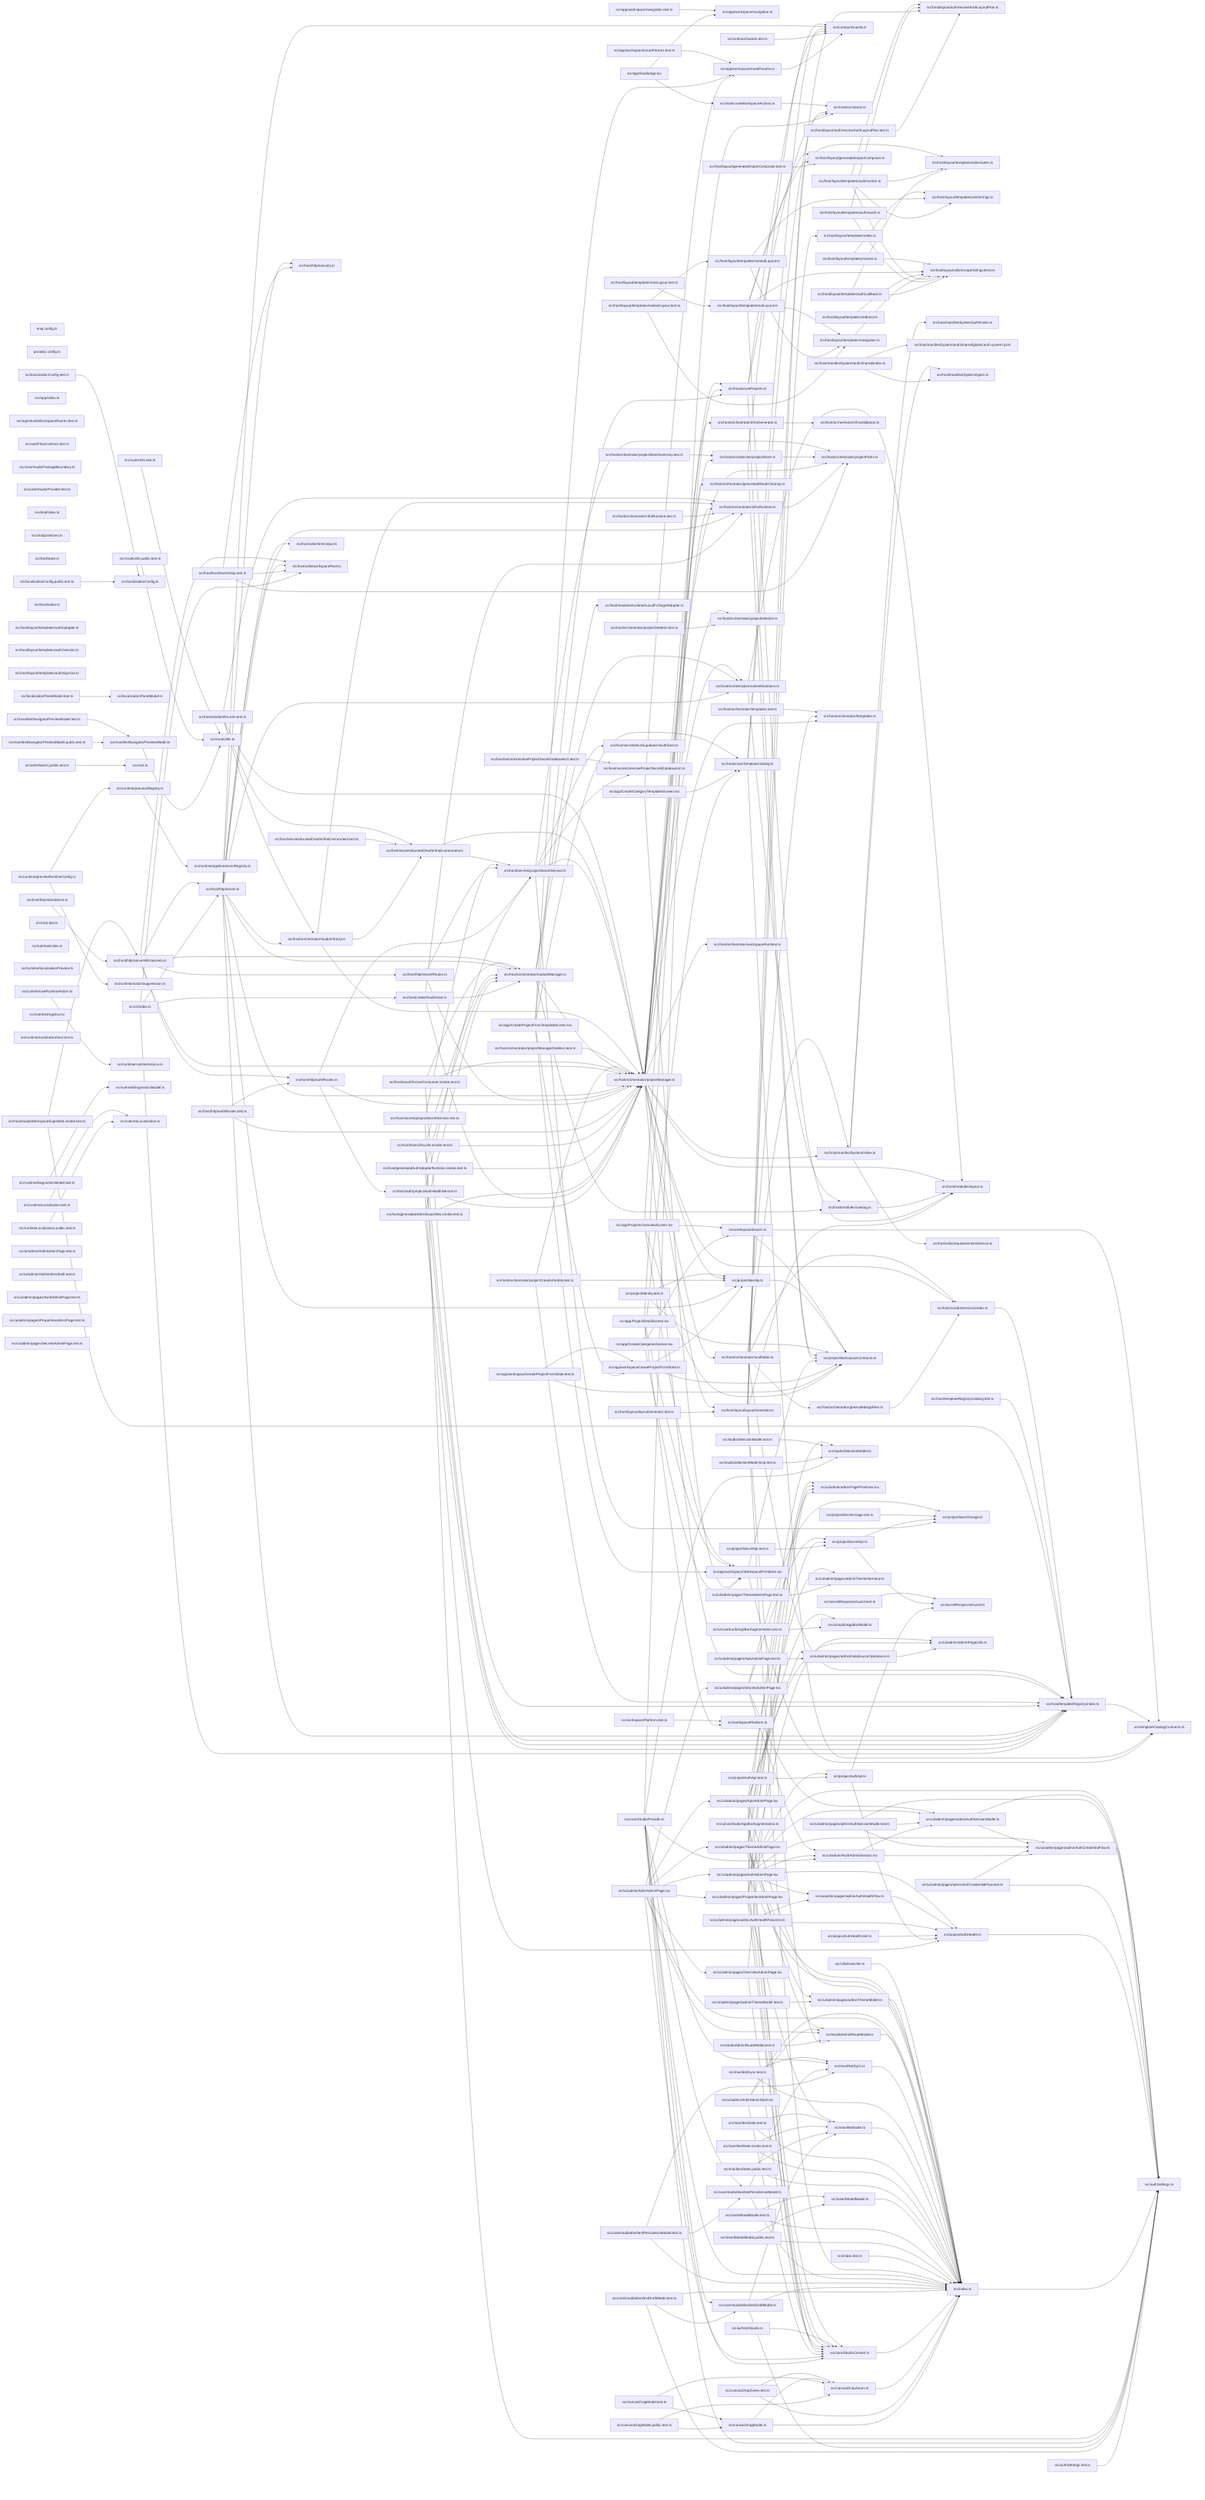
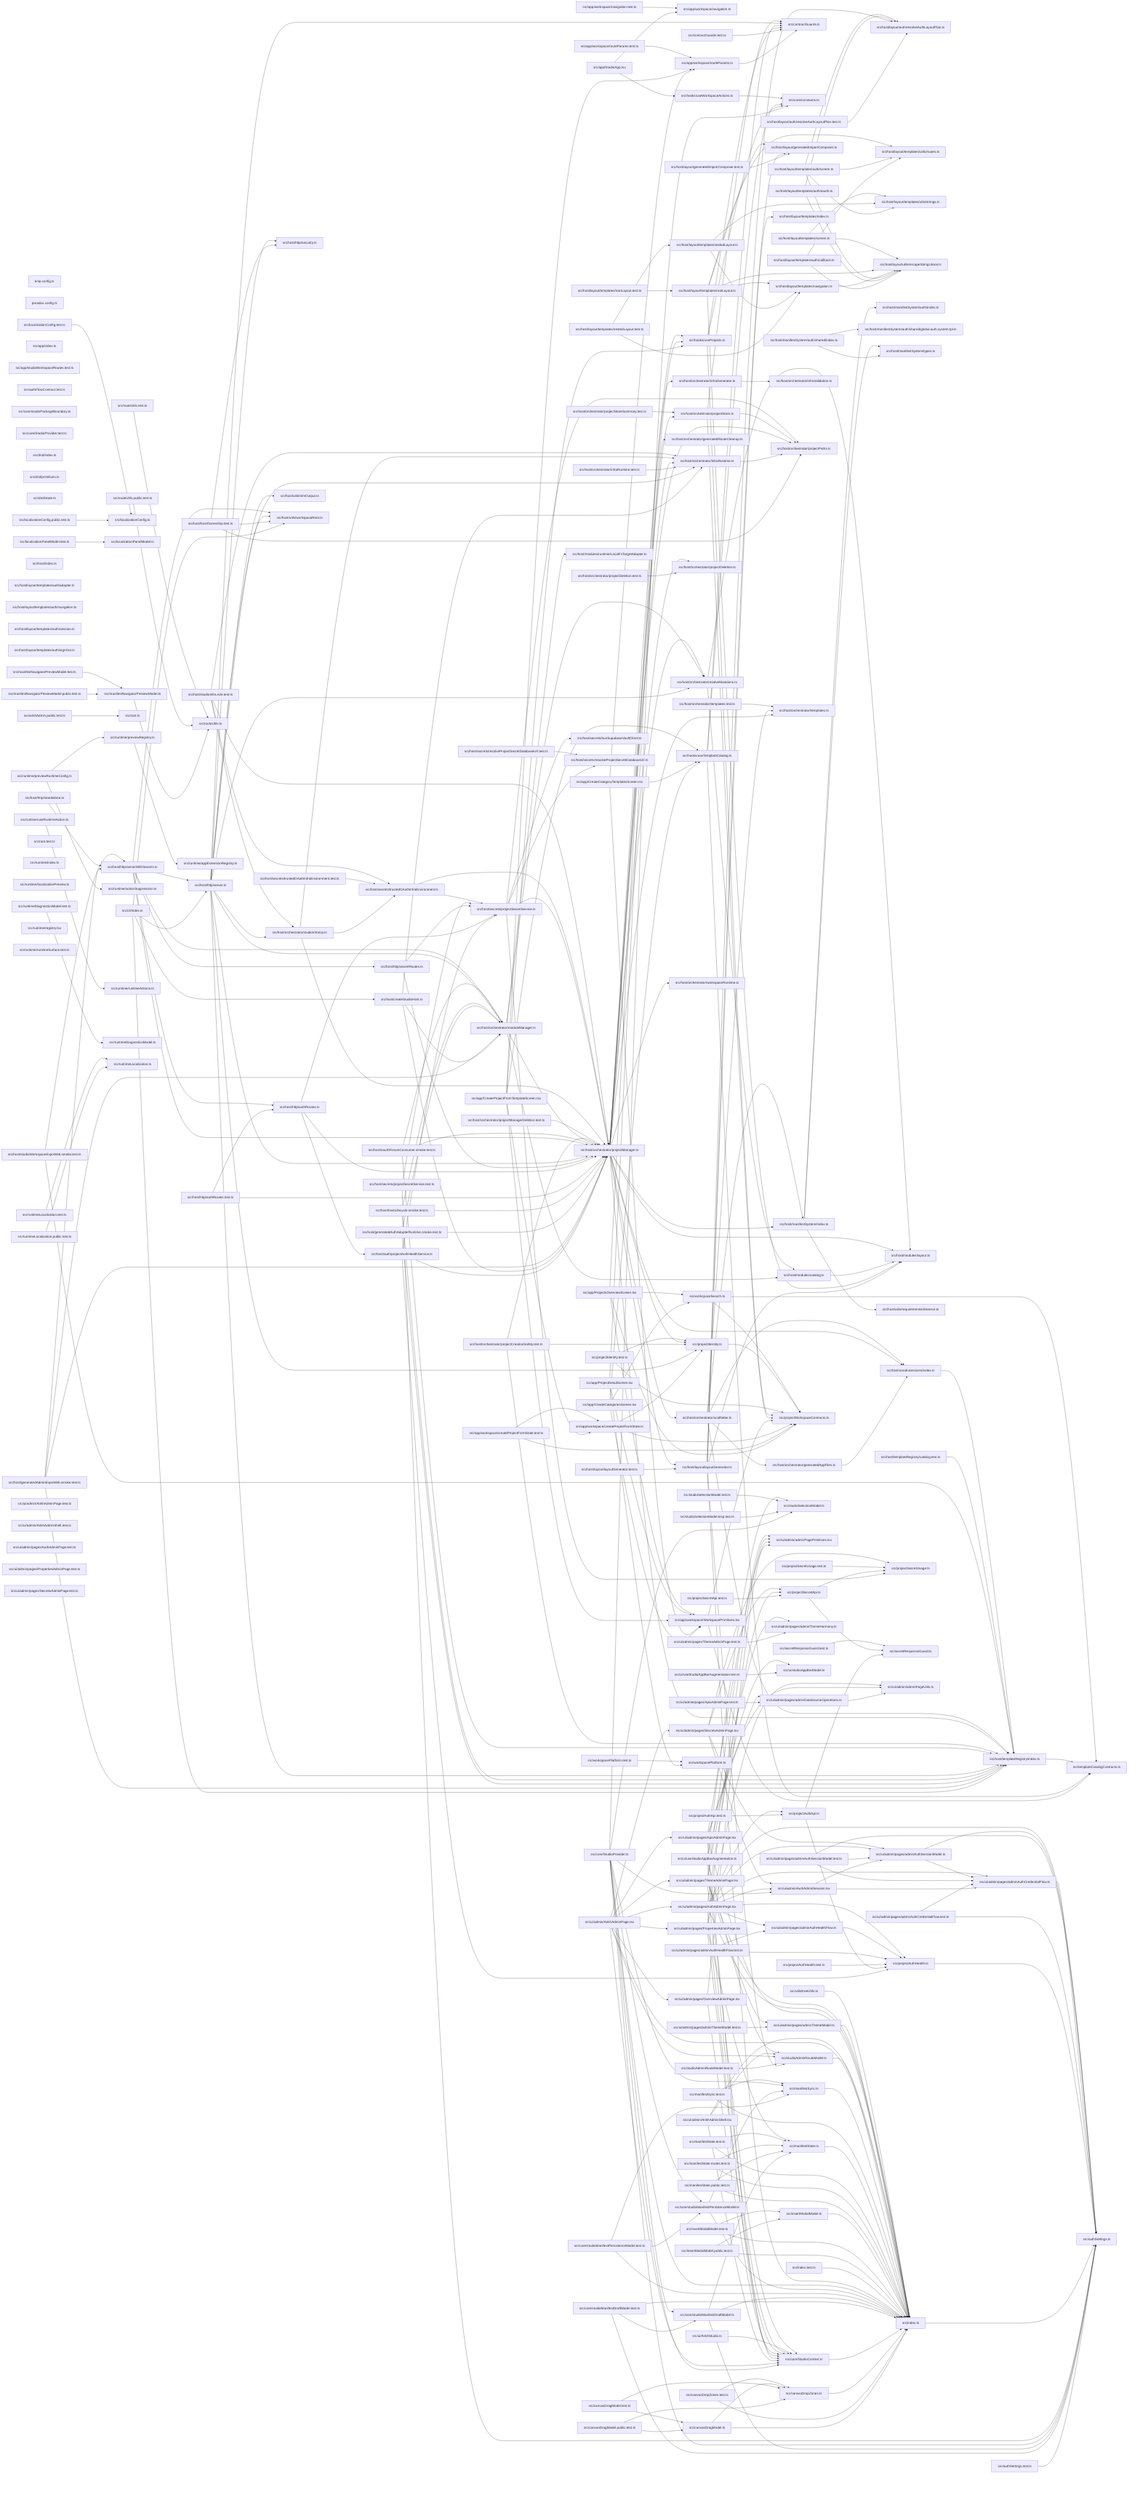
graph LR
  module_knip_config_ts["knip.config.ts"]
  module_paradox_config_ts["paradox.config.ts"]
  module_src_ankhAdmin_public_test_ts["src/ankhAdmin.public.test.ts"]
  module_src_app_CreateCategoriesScreen_tsx["src/app/CreateCategoriesScreen.tsx"]
  module_src_app_CreateCategoryTemplatesScreen_tsx["src/app/CreateCategoryTemplatesScreen.tsx"]
  module_src_app_CreateProjectFromTemplateScreen_tsx["src/app/CreateProjectFromTemplateScreen.tsx"]
  module_src_app_index_ts["src/app/index.ts"]
  module_src_app_ProjectDetailScreen_tsx["src/app/ProjectDetailScreen.tsx"]
  module_src_app_ProjectsOverviewScreen_tsx["src/app/ProjectsOverviewScreen.tsx"]
  module_src_app_StudioApp_tsx["src/app/StudioApp.tsx"]
  module_src_app_studioWorkspaceRoutes_test_ts["src/app/studioWorkspaceRoutes.test.ts"]
  module_src_app_workspace_createProjectFormState_test_ts["src/app/workspace/createProjectFormState.test.ts"]
  module_src_app_workspace_createProjectFormState_ts["src/app/workspace/createProjectFormState.ts"]
  module_src_app_workspace_navigation_test_ts["src/app/workspace/navigation.test.ts"]
  module_src_app_workspace_navigation_ts["src/app/workspace/navigation.ts"]
  module_src_app_workspace_routeParams_test_ts["src/app/workspace/routeParams.test.ts"]
  module_src_app_workspace_routeParams_ts["src/app/workspace/routeParams.ts"]
  module_src_app_workspace_WorkspacePrimitives_tsx["src/app/workspace/WorkspacePrimitives.tsx"]
  module_src_authFlowContract_test_ts["src/authFlowContract.test.ts"]
  module_src_authSettings_test_ts["src/authSettings.test.ts"]
  module_src_authSettings_ts["src/authSettings.ts"]
  module_src_canvasDragModel_public_test_ts["src/canvasDragModel.public.test.ts"]
  module_src_canvasDragModel_test_ts["src/canvasDragModel.test.ts"]
  module_src_canvasDragModel_ts["src/canvasDragModel.ts"]
  module_src_canvasDropZones_test_ts["src/canvasDropZones.test.ts"]
  module_src_canvasDropZones_ts["src/canvasDropZones.ts"]
  module_src_cli_index_ts["src/cli/index.ts"]
  module_src_contractGuards_test_ts["src/contractGuards.test.ts"]
  module_src_contractGuards_ts["src/contractGuards.ts"]
  module_src_core_constants_ts["src/core/constants.ts"]
  module_src_core_StudioContext_ts["src/core/StudioContext.ts"]
  module_src_core_studioManifestDraftModel_test_ts["src/core/studioManifestDraftModel.test.ts"]
  module_src_core_studioManifestDraftModel_ts["src/core/studioManifestDraftModel.ts"]
  module_src_core_studioManifestPersistenceModel_test_ts["src/core/studioManifestPersistenceModel.test.ts"]
  module_src_core_studioManifestPersistenceModel_ts["src/core/studioManifestPersistenceModel.ts"]
  module_src_core_studioPackageBoundary_ts["src/core/studioPackageBoundary.ts"]
  module_src_core_StudioProvider_test_ts["src/core/StudioProvider.test.ts"]
  module_src_core_StudioProvider_ts["src/core/StudioProvider.ts"]
  module_src_dnd_index_ts["src/dnd/index.ts"]
  module_src_dnd_primitives_ts["src/dnd/primitives.ts"]
  module_src_dnd_state_ts["src/dnd/state.ts"]
  module_src_hooks_useProjects_ts["src/hooks/useProjects.ts"]
  module_src_hooks_useTemplateCatalog_ts["src/hooks/useTemplateCatalog.ts"]
  module_src_hooks_useWorkspaceActions_ts["src/hooks/useWorkspaceActions.ts"]
  module_src_host_auth_projectAuthHealthService_ts["src/host/auth/projectAuthHealthService.ts"]
  module_src_host_createStudioHost_ts["src/host/createStudioHost.ts"]
  module_src_host_generatedAdminExpoWeb_smoke_test_ts["src/host/generatedAdminExpoWeb.smoke.test.ts"]
  module_src_host_generatedAuthAdapterRuntime_smoke_test_ts["src/host/generatedAuthAdapterRuntime.smoke.test.ts"]
  module_src_host_hostLifecycle_smoke_test_ts["src/host/hostLifecycle.smoke.test.ts"]
  module_src_host_hostOwnership_test_ts["src/host/hostOwnership.test.ts"]
  module_src_host_http_authRoutes_test_ts["src/host/http/authRoutes.test.ts"]
  module_src_host_http_authRoutes_ts["src/host/http/authRoutes.ts"]
  module_src_host_http_secretRoutes_ts["src/host/http/secretRoutes.ts"]
  module_src_host_http_security_ts["src/host/http/security.ts"]
  module_src_host_http_server_ts["src/host/http/server.ts"]
  module_src_host_http_serverWithSecrets_ts["src/host/http/serverWithSecrets.ts"]
  module_src_host_http_standalone_ts["src/host/http/standalone.ts"]
  module_src_host_index_ts["src/host/index.ts"]
  module_src_host_layout_auth_resolveAuthLayoutPlan_test_ts["src/host/layout/auth/resolveAuthLayoutPlan.test.ts"]
  module_src_host_layout_auth_resolveAuthLayoutPlan_ts["src/host/layout/auth/resolveAuthLayoutPlan.ts"]
  module_src_host_layout_generatedImportComposer_test_ts["src/host/layout/generatedImportComposer.test.ts"]
  module_src_host_layout_generatedImportComposer_ts["src/host/layout/generatedImportComposer.ts"]
  module_src_host_layout_layoutGenerator_test_ts["src/host/layout/layoutGenerator.test.ts"]
  module_src_host_layout_layoutGenerator_ts["src/host/layout/layoutGenerator.ts"]
  module_src_host_layout_templates_auth_adapter_ts["src/host/layout/templates/auth/adapter.ts"]
  module_src_host_layout_templates_auth_callback_ts["src/host/layout/templates/auth/callback.ts"]
+   module_src_host_layout_templates_auth_navigation_ts["src/host/layout/templates/auth/navigation.ts"]
  module_src_host_layout_templates_auth_oauth_ts["src/host/layout/templates/auth/oauth.ts"]
  module_src_host_layout_templates_auth_screen_ts["src/host/layout/templates/auth/screen.ts"]
  module_src_host_layout_templates_auth_session_ts["src/host/layout/templates/auth/session.ts"]
  module_src_host_layout_templates_auth_signOut_ts["src/host/layout/templates/auth/signOut.ts"]
  module_src_host_layout_templates_index_ts["src/host/layout/templates/index.ts"]
  module_src_host_layout_templates_navigation_ts["src/host/layout/templates/navigation.ts"]
  module_src_host_layout_templates_nestedLayout_test_ts["src/host/layout/templates/nestedLayout.test.ts"]
  module_src_host_layout_templates_nestedLayout_ts["src/host/layout/templates/nestedLayout.ts"]
-   module_src_host_layout_templates_redirect_ts["src/host/layout/templates/redirect.ts"]
  module_src_host_layout_templates_rootLayout_test_ts["src/host/layout/templates/rootLayout.test.ts"]
  module_src_host_layout_templates_rootLayout_ts["src/host/layout/templates/rootLayout.ts"]
  module_src_host_layout_templates_screen_ts["src/host/layout/templates/screen.ts"]
  module_src_host_layout_templates_utils_routes_ts["src/host/layout/templates/utils/routes.ts"]
  module_src_host_layout_templates_utils_strings_ts["src/host/layout/templates/utils/strings.ts"]
  module_src_host_layout_utils_escapeStringLiteral_ts["src/host/layout/utils/escapeStringLiteral.ts"]
  module_src_host_manifestSystem_auth_index_ts["src/host/manifestSystem/auth/index.ts"]
  module_src_host_manifestSystem_auth_shared_global_auth_system_tpl_ts["src/host/manifestSystem/auth/shared/global.auth.system.tpl.ts"]
  module_src_host_manifestSystem_auth_shared_index_ts["src/host/manifestSystem/auth/shared/index.ts"]
  module_src_host_manifestSystem_index_ts["src/host/manifestSystem/index.ts"]
  module_src_host_manifestSystem_types_ts["src/host/manifestSystem/types.ts"]
  module_src_host_modules_catalog_ts["src/host/modules/catalog.ts"]
  module_src_host_modules_layout_ts["src/host/modules/layout.ts"]
  module_src_host_modules_runtime_LocalFsTargetAdapter_ts["src/host/modules/runtime/LocalFsTargetAdapter.ts"]
  module_src_host_oauthFixtureConsumer_smoke_test_ts["src/host/oauthFixtureConsumer.smoke.test.ts"]
  module_src_host_orchestrator_generatedAppFiles_ts["src/host/orchestrator/generatedAppFiles.ts"]
  module_src_host_orchestrator_generatedRouteCleanup_ts["src/host/orchestrator/generatedRouteCleanup.ts"]
  module_src_host_orchestrator_infraGenerator_ts["src/host/orchestrator/infraGenerator.ts"]
  module_src_host_orchestrator_infraRuntime_test_ts["src/host/orchestrator/infraRuntime.test.ts"]
  module_src_host_orchestrator_infraRuntime_ts["src/host/orchestrator/infraRuntime.ts"]
  module_src_host_orchestrator_infraValidation_ts["src/host/orchestrator/infraValidation.ts"]
  module_src_host_orchestrator_moduleManager_ts["src/host/orchestrator/moduleManager.ts"]
  module_src_host_orchestrator_projectCreationSafety_test_ts["src/host/orchestrator/projectCreationSafety.test.ts"]
  module_src_host_orchestrator_projectDeletion_test_ts["src/host/orchestrator/projectDeletion.test.ts"]
  module_src_host_orchestrator_projectDeletion_ts["src/host/orchestrator/projectDeletion.ts"]
  module_src_host_orchestrator_projectManager_ts["src/host/orchestrator/projectManager.ts"]
  module_src_host_orchestrator_projectManagerDeletion_test_ts["src/host/orchestrator/projectManagerDeletion.test.ts"]
  module_src_host_orchestrator_projectPaths_ts["src/host/orchestrator/projectPaths.ts"]
  module_src_host_orchestrator_projectStore_ts["src/host/orchestrator/projectStore.ts"]
  module_src_host_orchestrator_projectStoreSummary_test_ts["src/host/orchestrator/projectStoreSummary.test.ts"]
  module_src_host_orchestrator_resolveMutations_ts["src/host/orchestrator/resolveMutations.ts"]
  module_src_host_orchestrator_scaffolder_ts["src/host/orchestrator/scaffolder.ts"]
  module_src_host_orchestrator_studioInfraUp_ts["src/host/orchestrator/studioInfraUp.ts"]
  module_src_host_orchestrator_templates_test_ts["src/host/orchestrator/templates.test.ts"]
  module_src_host_orchestrator_templates_ts["src/host/orchestrator/templates.ts"]
  module_src_host_orchestrator_workspaceRuntime_ts["src/host/orchestrator/workspaceRuntime.ts"]
  module_src_host_secrets_bunSupabaseVaultClient_ts["src/host/secrets/bunSupabaseVaultClient.ts"]
  module_src_host_secrets_projectSecretService_test_ts["src/host/secrets/projectSecretService.test.ts"]
  module_src_host_secrets_projectSecretService_ts["src/host/secrets/projectSecretService.ts"]
  module_src_host_secrets_resolveProjectSecretDatabaseUrl_test_ts["src/host/secrets/resolveProjectSecretDatabaseUrl.test.ts"]
  module_src_host_secrets_resolveProjectSecretDatabaseUrl_ts["src/host/secrets/resolveProjectSecretDatabaseUrl.ts"]
  module_src_host_secrets_trustedOAuthInfraEnvironment_test_ts["src/host/secrets/trustedOAuthInfraEnvironment.test.ts"]
  module_src_host_secrets_trustedOAuthInfraEnvironment_ts["src/host/secrets/trustedOAuthInfraEnvironment.ts"]
  module_src_host_studioInfra_e2e_test_ts["src/host/studioInfra.e2e.test.ts"]
  module_src_host_studioWorkspaceExpoWeb_smoke_test_ts["src/host/studioWorkspaceExpoWeb.smoke.test.ts"]
  module_src_host_templateRegistry_catalog_test_ts["src/host/templateRegistry/catalog.test.ts"]
  module_src_host_templateRegistry_index_ts["src/host/templateRegistry/index.ts"]
  module_src_host_utils_requirementsInference_ts["src/host/utils/requirementsInference.ts"]
  module_src_host_utils_trimOutput_ts["src/host/utils/trimOutput.ts"]
  module_src_host_utils_workspaceRoot_ts["src/host/utils/workspaceRoot.ts"]
  module_src_host_zoraExtensions_index_ts["src/host/zoraExtensions/index.ts"]
  module_src_index_test_ts["src/index.test.ts"]
  module_src_index_ts["src/index.ts"]
  module_src_insertModalModel_public_test_ts["src/insertModalModel.public.test.ts"]
  module_src_insertModalModel_test_ts["src/insertModalModel.test.ts"]
  module_src_insertModalModel_ts["src/insertModalModel.ts"]
  module_src_localizationConfig_public_test_ts["src/localizationConfig.public.test.ts"]
  module_src_localizationConfig_test_ts["src/localizationConfig.test.ts"]
  module_src_localizationConfig_ts["src/localizationConfig.ts"]
  module_src_localizationPanelModel_test_ts["src/localizationPanelModel.test.ts"]
  module_src_localizationPanelModel_ts["src/localizationPanelModel.ts"]
  module_src_manifestNavigatorPreviewModel_public_test_ts["src/manifestNavigatorPreviewModel.public.test.ts"]
  module_src_manifestNavigatorPreviewModel_test_ts["src/manifestNavigatorPreviewModel.test.ts"]
  module_src_manifestNavigatorPreviewModel_ts["src/manifestNavigatorPreviewModel.ts"]
  module_src_manifestState_public_test_ts["src/manifestState.public.test.ts"]
  module_src_manifestState_routes_test_ts["src/manifestState.routes.test.ts"]
  module_src_manifestState_test_ts["src/manifestState.test.ts"]
  module_src_manifestState_ts["src/manifestState.ts"]
  module_src_manifestSync_test_ts["src/manifestSync.test.ts"]
  module_src_manifestSync_ts["src/manifestSync.ts"]
  module_src_projectAuthApi_test_ts["src/projectAuthApi.test.ts"]
  module_src_projectAuthApi_ts["src/projectAuthApi.ts"]
  module_src_projectAuthHealth_test_ts["src/projectAuthHealth.test.ts"]
  module_src_projectAuthHealth_ts["src/projectAuthHealth.ts"]
  module_src_projectIdentity_test_ts["src/projectIdentity.test.ts"]
  module_src_projectIdentity_ts["src/projectIdentity.ts"]
  module_src_projectSecretApi_test_ts["src/projectSecretApi.test.ts"]
  module_src_projectSecretApi_ts["src/projectSecretApi.ts"]
  module_src_projectSecretUsage_test_ts["src/projectSecretUsage.test.ts"]
  module_src_projectSecretUsage_ts["src/projectSecretUsage.ts"]
  module_src_projectWorkspaceContracts_ts["src/projectWorkspaceContracts.ts"]
  module_src_root_test_ts["src/root.test.ts"]
  module_src_root_ts["src/root.ts"]
  module_src_routeUtils_public_test_ts["src/routeUtils.public.test.ts"]
  module_src_routeUtils_test_ts["src/routeUtils.test.ts"]
  module_src_routeUtils_ts["src/routeUtils.ts"]
  module_src_runtime_actionSuppression_ts["src/runtime/actionSuppression.ts"]
  module_src_runtime_appExtensionRegistry_ts["src/runtime/appExtensionRegistry.ts"]
  module_src_runtime_index_ts["src/runtime/index.ts"]
  module_src_runtime_localizationPreview_ts["src/runtime/localizationPreview.ts"]
  module_src_runtime_previewRegistry_ts["src/runtime/previewRegistry.ts"]
  module_src_runtime_previewRuntimeConfig_ts["src/runtime/previewRuntimeConfig.ts"]
  module_src_runtime_registry_tsx["src/runtime/registry.tsx"]
  module_src_runtime_runtimeActions_ts["src/runtime/runtimeActions.ts"]
  module_src_runtime_runtimeSurface_test_ts["src/runtime/runtimeSurface.test.ts"]
  module_src_runtime_useRuntimeAction_ts["src/runtime/useRuntimeAction.ts"]
  module_src_runtimeDiagnosticsModel_test_ts["src/runtimeDiagnosticsModel.test.ts"]
  module_src_runtimeDiagnosticsModel_ts["src/runtimeDiagnosticsModel.ts"]
  module_src_runtimeLocalization_public_test_ts["src/runtimeLocalization.public.test.ts"]
  module_src_runtimeLocalization_test_ts["src/runtimeLocalization.test.ts"]
  module_src_runtimeLocalization_ts["src/runtimeLocalization.ts"]
  module_src_secretResponseGuard_test_ts["src/secretResponseGuard.test.ts"]
  module_src_secretResponseGuard_ts["src/secretResponseGuard.ts"]
  module_src_studioAdminRouteModel_test_ts["src/studioAdminRouteModel.test.ts"]
  module_src_studioAdminRouteModel_ts["src/studioAdminRouteModel.ts"]
  module_src_studioSelectionModel_knip_test_ts["src/studioSelectionModel.knip.test.ts"]
  module_src_studioSelectionModel_test_ts["src/studioSelectionModel.test.ts"]
  module_src_studioSelectionModel_ts["src/studioSelectionModel.ts"]
  module_src_templateCatalogContracts_ts["src/templateCatalogContracts.ts"]
  module_src_ui_admin_adminPagePrimitives_tsx["src/ui/admin/adminPagePrimitives.tsx"]
  module_src_ui_admin_adminPageUtils_ts["src/ui/admin/adminPageUtils.ts"]
  module_src_ui_admin_AnkhAdminPage_test_ts["src/ui/admin/AnkhAdminPage.test.ts"]
  module_src_ui_admin_AnkhAdminPage_tsx["src/ui/admin/AnkhAdminPage.tsx"]
  module_src_ui_admin_AnkhAdminShell_test_ts["src/ui/admin/AnkhAdminShell.test.ts"]
  module_src_ui_admin_AnkhAdminShell_tsx["src/ui/admin/AnkhAdminShell.tsx"]
  module_src_ui_admin_AuthAdminSession_tsx["src/ui/admin/AuthAdminSession.tsx"]
  module_src_ui_admin_pages_adminAuthCredentialFlow_test_ts["src/ui/admin/pages/adminAuthCredentialFlow.test.ts"]
  module_src_ui_admin_pages_adminAuthCredentialFlow_ts["src/ui/admin/pages/adminAuthCredentialFlow.ts"]
  module_src_ui_admin_pages_adminAuthHealthFlow_test_ts["src/ui/admin/pages/adminAuthHealthFlow.test.ts"]
  module_src_ui_admin_pages_adminAuthHealthFlow_ts["src/ui/admin/pages/adminAuthHealthFlow.ts"]
  module_src_ui_admin_pages_adminAuthSessionModel_test_ts["src/ui/admin/pages/adminAuthSessionModel.test.ts"]
  module_src_ui_admin_pages_adminAuthSessionModel_ts["src/ui/admin/pages/adminAuthSessionModel.ts"]
  module_src_ui_admin_pages_adminDataSourceOperations_ts["src/ui/admin/pages/adminDataSourceOperations.ts"]
  module_src_ui_admin_pages_adminThemeHarmony_ts["src/ui/admin/pages/adminThemeHarmony.ts"]
  module_src_ui_admin_pages_adminThemeModel_test_ts["src/ui/admin/pages/adminThemeModel.test.ts"]
  module_src_ui_admin_pages_adminThemeModel_ts["src/ui/admin/pages/adminThemeModel.ts"]
  module_src_ui_admin_pages_ApisAdminPage_test_ts["src/ui/admin/pages/ApisAdminPage.test.ts"]
  module_src_ui_admin_pages_ApisAdminPage_tsx["src/ui/admin/pages/ApisAdminPage.tsx"]
  module_src_ui_admin_pages_AuthAdminPage_test_ts["src/ui/admin/pages/AuthAdminPage.test.ts"]
  module_src_ui_admin_pages_AuthAdminPage_tsx["src/ui/admin/pages/AuthAdminPage.tsx"]
  module_src_ui_admin_pages_OverviewAdminPage_tsx["src/ui/admin/pages/OverviewAdminPage.tsx"]
  module_src_ui_admin_pages_PropertiesAdminPage_test_ts["src/ui/admin/pages/PropertiesAdminPage.test.ts"]
  module_src_ui_admin_pages_PropertiesAdminPage_tsx["src/ui/admin/pages/PropertiesAdminPage.tsx"]
  module_src_ui_admin_pages_SecretsAdminPage_test_ts["src/ui/admin/pages/SecretsAdminPage.test.ts"]
  module_src_ui_admin_pages_SecretsAdminPage_tsx["src/ui/admin/pages/SecretsAdminPage.tsx"]
  module_src_ui_admin_pages_ThemeAdminPage_test_ts["src/ui/admin/pages/ThemeAdminPage.test.ts"]
  module_src_ui_admin_pages_ThemeAdminPage_tsx["src/ui/admin/pages/ThemeAdminPage.tsx"]
  module_src_ui_AnkhStudio_ts["src/ui/AnkhStudio.ts"]
  module_src_ui_studioAppBarModel_ts["src/ui/studioAppBarModel.ts"]
  module_src_ui_useStudioAppBarAugmentation_test_ts["src/ui/useStudioAppBarAugmentation.test.ts"]
  module_src_ui_useStudioAppBarAugmentation_ts["src/ui/useStudioAppBarAugmentation.ts"]
  module_src_utils_treeUtils_ts["src/utils/treeUtils.ts"]
  module_src_workspacePlatform_test_ts["src/workspacePlatform.test.ts"]
  module_src_workspacePlatform_ts["src/workspacePlatform.ts"]
  module_src_workspaceSearch_ts["src/workspaceSearch.ts"]
  module_src_ankhAdmin_public_test_ts --> module_src_root_ts
  module_src_app_CreateCategoriesScreen_tsx --> module_src_app_workspace_WorkspacePrimitives_tsx
  module_src_app_CreateCategoriesScreen_tsx --> module_src_hooks_useTemplateCatalog_ts
  module_src_app_CreateCategoriesScreen_tsx --> module_src_workspaceSearch_ts
  module_src_app_CreateCategoryTemplatesScreen_tsx --> module_src_app_workspace_routeParams_ts
  module_src_app_CreateCategoryTemplatesScreen_tsx --> module_src_app_workspace_WorkspacePrimitives_tsx
  module_src_app_CreateCategoryTemplatesScreen_tsx --> module_src_hooks_useTemplateCatalog_ts
  module_src_app_CreateProjectFromTemplateScreen_tsx --> module_src_app_workspace_createProjectFormState_ts
  module_src_app_CreateProjectFromTemplateScreen_tsx --> module_src_app_workspace_routeParams_ts
  module_src_app_CreateProjectFromTemplateScreen_tsx --> module_src_app_workspace_WorkspacePrimitives_tsx
  module_src_app_CreateProjectFromTemplateScreen_tsx --> module_src_hooks_useProjects_ts
  module_src_app_CreateProjectFromTemplateScreen_tsx --> module_src_hooks_useTemplateCatalog_ts
  module_src_app_ProjectDetailScreen_tsx --> module_src_app_workspace_WorkspacePrimitives_tsx
  module_src_app_ProjectDetailScreen_tsx --> module_src_hooks_useProjects_ts
  module_src_app_ProjectDetailScreen_tsx --> module_src_workspacePlatform_ts
  module_src_app_ProjectsOverviewScreen_tsx --> module_src_app_workspace_WorkspacePrimitives_tsx
  module_src_app_ProjectsOverviewScreen_tsx --> module_src_hooks_useProjects_ts
  module_src_app_ProjectsOverviewScreen_tsx --> module_src_projectWorkspaceContracts_ts
  module_src_app_ProjectsOverviewScreen_tsx --> module_src_workspaceSearch_ts
  module_src_app_StudioApp_tsx --> module_src_app_workspace_navigation_ts
  module_src_app_StudioApp_tsx --> module_src_hooks_useWorkspaceActions_ts
  module_src_app_workspace_createProjectFormState_test_ts --> module_src_app_workspace_createProjectFormState_ts
  module_src_app_workspace_createProjectFormState_test_ts --> module_src_projectWorkspaceContracts_ts
  module_src_app_workspace_createProjectFormState_ts --> module_src_projectIdentity_ts
  module_src_app_workspace_createProjectFormState_ts --> module_src_projectWorkspaceContracts_ts
  module_src_app_workspace_navigation_test_ts --> module_src_app_workspace_navigation_ts
  module_src_app_workspace_routeParams_test_ts --> module_src_app_workspace_routeParams_ts
  module_src_app_workspace_routeParams_ts --> module_src_contractGuards_ts
  module_src_app_workspace_WorkspacePrimitives_tsx --> module_src_projectWorkspaceContracts_ts
  module_src_app_workspace_WorkspacePrimitives_tsx --> module_src_templateCatalogContracts_ts
  module_src_authSettings_test_ts --> module_src_authSettings_ts
  module_src_canvasDragModel_public_test_ts --> module_src_canvasDragModel_ts
  module_src_canvasDragModel_public_test_ts --> module_src_canvasDropZones_ts
  module_src_canvasDragModel_test_ts --> module_src_canvasDragModel_ts
  module_src_canvasDragModel_test_ts --> module_src_canvasDropZones_ts
  module_src_canvasDragModel_ts --> module_src_canvasDropZones_ts
  module_src_canvasDragModel_ts --> module_src_index_ts
  module_src_canvasDropZones_test_ts --> module_src_canvasDropZones_ts
  module_src_canvasDropZones_test_ts --> module_src_index_ts
  module_src_canvasDropZones_ts --> module_src_index_ts
  module_src_cli_index_ts --> module_src_host_createStudioHost_ts
  module_src_cli_index_ts --> module_src_host_http_server_ts
  module_src_cli_index_ts --> module_src_host_templateRegistry_index_ts
  module_src_cli_index_ts --> module_src_host_utils_workspaceRoot_ts
  module_src_contractGuards_test_ts --> module_src_contractGuards_ts
  module_src_core_StudioContext_ts --> module_src_index_ts
  module_src_core_studioManifestDraftModel_test_ts --> module_src_authSettings_ts
  module_src_core_studioManifestDraftModel_test_ts --> module_src_core_studioManifestDraftModel_ts
  module_src_core_studioManifestDraftModel_test_ts --> module_src_index_ts
  module_src_core_studioManifestDraftModel_ts --> module_src_authSettings_ts
  module_src_core_studioManifestDraftModel_ts --> module_src_index_ts
  module_src_core_studioManifestDraftModel_ts --> module_src_manifestState_ts
  module_src_core_studioManifestPersistenceModel_test_ts --> module_src_core_studioManifestPersistenceModel_ts
  module_src_core_studioManifestPersistenceModel_test_ts --> module_src_index_ts
  module_src_core_studioManifestPersistenceModel_test_ts --> module_src_manifestSync_ts
  module_src_core_studioManifestPersistenceModel_ts --> module_src_index_ts
  module_src_core_studioManifestPersistenceModel_ts --> module_src_manifestSync_ts
  module_src_core_StudioProvider_ts --> module_src_authSettings_ts
  module_src_core_StudioProvider_ts --> module_src_core_constants_ts
  module_src_core_StudioProvider_ts --> module_src_core_StudioContext_ts
  module_src_core_StudioProvider_ts --> module_src_core_studioManifestDraftModel_ts
  module_src_core_StudioProvider_ts --> module_src_core_studioManifestPersistenceModel_ts
  module_src_core_StudioProvider_ts --> module_src_index_ts
  module_src_core_StudioProvider_ts --> module_src_manifestSync_ts
  module_src_core_StudioProvider_ts --> module_src_studioSelectionModel_ts
  module_src_core_StudioProvider_ts --> module_src_ui_admin_AuthAdminSession_tsx
  module_src_hooks_useProjects_ts --> module_src_contractGuards_ts
  module_src_hooks_useProjects_ts --> module_src_core_constants_ts
  module_src_hooks_useProjects_ts --> module_src_projectWorkspaceContracts_ts
  module_src_hooks_useTemplateCatalog_ts --> module_src_contractGuards_ts
  module_src_hooks_useTemplateCatalog_ts --> module_src_core_constants_ts
  module_src_hooks_useTemplateCatalog_ts --> module_src_templateCatalogContracts_ts
  module_src_hooks_useWorkspaceActions_ts --> module_src_core_constants_ts
  module_src_host_auth_projectAuthHealthService_ts --> module_src_host_orchestrator_projectManager_ts
  module_src_host_auth_projectAuthHealthService_ts --> module_src_host_secrets_projectSecretService_ts
  module_src_host_auth_projectAuthHealthService_ts --> module_src_projectAuthHealth_ts
  module_src_host_createStudioHost_ts --> module_src_host_orchestrator_infraRuntime_ts
  module_src_host_createStudioHost_ts --> module_src_host_orchestrator_moduleManager_ts
  module_src_host_createStudioHost_ts --> module_src_host_orchestrator_projectManager_ts
+   module_src_host_generatedAdminExpoWeb_smoke_test_ts --> module_src_host_http_serverWithSecrets_ts
  module_src_host_generatedAdminExpoWeb_smoke_test_ts --> module_src_host_orchestrator_moduleManager_ts
  module_src_host_generatedAdminExpoWeb_smoke_test_ts --> module_src_host_orchestrator_projectManager_ts
  module_src_host_generatedAdminExpoWeb_smoke_test_ts --> module_src_host_templateRegistry_index_ts
  module_src_host_generatedAuthAdapterRuntime_smoke_test_ts --> module_src_host_orchestrator_moduleManager_ts
  module_src_host_generatedAuthAdapterRuntime_smoke_test_ts --> module_src_host_orchestrator_projectManager_ts
  module_src_host_generatedAuthAdapterRuntime_smoke_test_ts --> module_src_host_templateRegistry_index_ts
  module_src_host_hostLifecycle_smoke_test_ts --> module_src_host_orchestrator_moduleManager_ts
  module_src_host_hostLifecycle_smoke_test_ts --> module_src_host_orchestrator_projectManager_ts
  module_src_host_hostLifecycle_smoke_test_ts --> module_src_host_templateRegistry_index_ts
  module_src_host_hostOwnership_test_ts --> module_src_host_http_security_ts
  module_src_host_hostOwnership_test_ts --> module_src_host_orchestrator_projectPaths_ts
  module_src_host_hostOwnership_test_ts --> module_src_host_utils_workspaceRoot_ts
  module_src_host_http_authRoutes_test_ts --> module_src_host_http_authRoutes_ts
  module_src_host_http_authRoutes_test_ts --> module_src_host_orchestrator_projectManager_ts
  module_src_host_http_authRoutes_ts --> module_src_host_auth_projectAuthHealthService_ts
  module_src_host_http_authRoutes_ts --> module_src_host_orchestrator_projectManager_ts
  module_src_host_http_authRoutes_ts --> module_src_host_secrets_projectSecretService_ts
  module_src_host_http_secretRoutes_ts --> module_src_host_orchestrator_projectManager_ts
  module_src_host_http_secretRoutes_ts --> module_src_host_secrets_projectSecretService_ts
  module_src_host_http_server_ts --> module_src_contractGuards_ts
  module_src_host_http_server_ts --> module_src_host_http_security_ts
  module_src_host_http_server_ts --> module_src_host_orchestrator_infraRuntime_ts
  module_src_host_http_server_ts --> module_src_host_orchestrator_moduleManager_ts
  module_src_host_http_server_ts --> module_src_host_orchestrator_projectManager_ts
  module_src_host_http_server_ts --> module_src_host_orchestrator_resolveMutations_ts
  module_src_host_http_server_ts --> module_src_host_orchestrator_studioInfraUp_ts
  module_src_host_http_server_ts --> module_src_host_templateRegistry_index_ts
  module_src_host_http_server_ts --> module_src_host_utils_trimOutput_ts
  module_src_host_http_server_ts --> module_src_host_utils_workspaceRoot_ts
  module_src_host_http_server_ts --> module_src_projectIdentity_ts
  module_src_host_http_serverWithSecrets_ts --> module_src_host_http_authRoutes_ts
  module_src_host_http_serverWithSecrets_ts --> module_src_host_http_secretRoutes_ts
  module_src_host_http_serverWithSecrets_ts --> module_src_host_http_server_ts
  module_src_host_http_serverWithSecrets_ts --> module_src_host_orchestrator_moduleManager_ts
  module_src_host_http_serverWithSecrets_ts --> module_src_host_orchestrator_projectManager_ts
  module_src_host_http_serverWithSecrets_ts --> module_src_host_utils_workspaceRoot_ts
  module_src_host_http_standalone_ts --> module_src_host_http_serverWithSecrets_ts
  module_src_host_layout_auth_resolveAuthLayoutPlan_test_ts --> module_src_host_layout_auth_resolveAuthLayoutPlan_ts
  module_src_host_layout_generatedImportComposer_test_ts --> module_src_host_layout_generatedImportComposer_ts
  module_src_host_layout_layoutGenerator_test_ts --> module_src_host_layout_layoutGenerator_ts
  module_src_host_layout_layoutGenerator_ts --> module_src_host_layout_auth_resolveAuthLayoutPlan_ts
  module_src_host_layout_layoutGenerator_ts --> module_src_host_layout_generatedImportComposer_ts
  module_src_host_layout_layoutGenerator_ts --> module_src_host_layout_templates_index_ts
  module_src_host_layout_layoutGenerator_ts --> module_src_host_modules_layout_ts
  module_src_host_layout_layoutGenerator_ts --> module_src_index_ts
  module_src_host_layout_layoutGenerator_ts --> module_src_studioAdminRouteModel_ts
  module_src_host_layout_templates_auth_callback_ts --> module_src_host_layout_templates_utils_routes_ts
  module_src_host_layout_templates_auth_callback_ts --> module_src_host_layout_utils_escapeStringLiteral_ts
  module_src_host_layout_templates_auth_oauth_ts --> module_src_host_layout_auth_resolveAuthLayoutPlan_ts
  module_src_host_layout_templates_auth_oauth_ts --> module_src_host_layout_utils_escapeStringLiteral_ts
  module_src_host_layout_templates_auth_screen_ts --> module_src_host_layout_auth_resolveAuthLayoutPlan_ts
  module_src_host_layout_templates_auth_screen_ts --> module_src_host_layout_templates_utils_routes_ts
  module_src_host_layout_templates_auth_screen_ts --> module_src_host_layout_templates_utils_strings_ts
  module_src_host_layout_templates_auth_screen_ts --> module_src_host_layout_utils_escapeStringLiteral_ts
  module_src_host_layout_templates_navigation_ts --> module_src_host_layout_utils_escapeStringLiteral_ts
  module_src_host_layout_templates_nestedLayout_test_ts --> module_src_host_layout_templates_navigation_ts
  module_src_host_layout_templates_nestedLayout_test_ts --> module_src_host_layout_templates_nestedLayout_ts
  module_src_host_layout_templates_nestedLayout_ts --> module_src_host_layout_templates_navigation_ts
  module_src_host_layout_templates_nestedLayout_ts --> module_src_host_layout_templates_utils_strings_ts
-   module_src_host_layout_templates_redirect_ts --> module_src_host_layout_utils_escapeStringLiteral_ts
  module_src_host_layout_templates_rootLayout_test_ts --> module_src_host_layout_templates_rootLayout_ts
  module_src_host_layout_templates_rootLayout_ts --> module_src_host_layout_generatedImportComposer_ts
  module_src_host_layout_templates_rootLayout_ts --> module_src_host_layout_templates_navigation_ts
  module_src_host_layout_templates_rootLayout_ts --> module_src_host_layout_templates_utils_routes_ts
  module_src_host_layout_templates_rootLayout_ts --> module_src_host_layout_utils_escapeStringLiteral_ts
  module_src_host_layout_templates_rootLayout_ts --> module_src_host_modules_layout_ts
  module_src_host_layout_templates_screen_ts --> module_src_host_layout_templates_utils_strings_ts
  module_src_host_layout_templates_screen_ts --> module_src_host_layout_utils_escapeStringLiteral_ts
  module_src_host_manifestSystem_auth_shared_index_ts --> module_src_host_manifestSystem_auth_shared_global_auth_system_tpl_ts
  module_src_host_manifestSystem_auth_shared_index_ts --> module_src_host_manifestSystem_types_ts
  module_src_host_manifestSystem_index_ts --> module_src_host_manifestSystem_auth_index_ts
  module_src_host_manifestSystem_index_ts --> module_src_host_manifestSystem_types_ts
  module_src_host_manifestSystem_index_ts --> module_src_host_utils_requirementsInference_ts
  module_src_host_modules_catalog_ts --> module_src_host_modules_layout_ts
  module_src_host_oauthFixtureConsumer_smoke_test_ts --> module_src_host_orchestrator_moduleManager_ts
  module_src_host_oauthFixtureConsumer_smoke_test_ts --> module_src_host_orchestrator_projectManager_ts
  module_src_host_oauthFixtureConsumer_smoke_test_ts --> module_src_host_templateRegistry_index_ts
  module_src_host_orchestrator_generatedAppFiles_ts --> module_src_host_zoraExtensions_index_ts
  module_src_host_orchestrator_infraGenerator_ts --> module_src_host_orchestrator_infraValidation_ts
  module_src_host_orchestrator_infraRuntime_test_ts --> module_src_host_orchestrator_infraRuntime_ts
  module_src_host_orchestrator_infraRuntime_ts --> module_src_host_orchestrator_projectPaths_ts
  module_src_host_orchestrator_moduleManager_ts --> module_src_host_modules_catalog_ts
  module_src_host_orchestrator_moduleManager_ts --> module_src_host_modules_runtime_LocalFsTargetAdapter_ts
  module_src_host_orchestrator_moduleManager_ts --> module_src_host_orchestrator_projectManager_ts
  module_src_host_orchestrator_moduleManager_ts --> module_src_host_orchestrator_resolveMutations_ts
  module_src_host_orchestrator_projectCreationSafety_test_ts --> module_src_host_orchestrator_projectManager_ts
  module_src_host_orchestrator_projectCreationSafety_test_ts --> module_src_host_templateRegistry_index_ts
  module_src_host_orchestrator_projectCreationSafety_test_ts --> module_src_projectIdentity_ts
  module_src_host_orchestrator_projectDeletion_test_ts --> module_src_host_orchestrator_projectDeletion_ts
  module_src_host_orchestrator_projectManager_ts --> module_src_host_layout_layoutGenerator_ts
  module_src_host_orchestrator_projectManager_ts --> module_src_host_manifestSystem_index_ts
  module_src_host_orchestrator_projectManager_ts --> module_src_host_modules_layout_ts
  module_src_host_orchestrator_projectManager_ts --> module_src_host_orchestrator_generatedRouteCleanup_ts
  module_src_host_orchestrator_projectManager_ts --> module_src_host_orchestrator_infraGenerator_ts
  module_src_host_orchestrator_projectManager_ts --> module_src_host_orchestrator_infraRuntime_ts
  module_src_host_orchestrator_projectManager_ts --> module_src_host_orchestrator_projectDeletion_ts
  module_src_host_orchestrator_projectManager_ts --> module_src_host_orchestrator_projectPaths_ts
  module_src_host_orchestrator_projectManager_ts --> module_src_host_orchestrator_projectStore_ts
  module_src_host_orchestrator_projectManager_ts --> module_src_host_orchestrator_resolveMutations_ts
  module_src_host_orchestrator_projectManager_ts --> module_src_host_orchestrator_scaffolder_ts
  module_src_host_orchestrator_projectManager_ts --> module_src_host_orchestrator_templates_ts
  module_src_host_orchestrator_projectManager_ts --> module_src_host_orchestrator_workspaceRuntime_ts
  module_src_host_orchestrator_projectManager_ts --> module_src_host_templateRegistry_index_ts
  module_src_host_orchestrator_projectManager_ts --> module_src_host_zoraExtensions_index_ts
  module_src_host_orchestrator_projectManager_ts --> module_src_projectIdentity_ts
  module_src_host_orchestrator_projectManagerDeletion_test_ts --> module_src_host_orchestrator_projectManager_ts
  module_src_host_orchestrator_projectStore_ts --> module_src_contractGuards_ts
  module_src_host_orchestrator_projectStore_ts --> module_src_host_orchestrator_projectPaths_ts
  module_src_host_orchestrator_projectStore_ts --> module_src_projectWorkspaceContracts_ts
  module_src_host_orchestrator_projectStoreSummary_test_ts --> module_src_host_orchestrator_projectStore_ts
  module_src_host_orchestrator_resolveMutations_ts --> module_src_host_modules_catalog_ts
  module_src_host_orchestrator_resolveMutations_ts --> module_src_host_modules_layout_ts
  module_src_host_orchestrator_scaffolder_ts --> module_src_host_manifestSystem_index_ts
  module_src_host_orchestrator_scaffolder_ts --> module_src_host_orchestrator_generatedAppFiles_ts
  module_src_host_orchestrator_scaffolder_ts --> module_src_host_orchestrator_templates_ts
  module_src_host_orchestrator_scaffolder_ts --> module_src_host_templateRegistry_index_ts
  module_src_host_orchestrator_scaffolder_ts --> module_src_host_zoraExtensions_index_ts
  module_src_host_orchestrator_studioInfraUp_ts --> module_src_host_orchestrator_infraRuntime_ts
  module_src_host_orchestrator_studioInfraUp_ts --> module_src_host_orchestrator_projectManager_ts
  module_src_host_orchestrator_studioInfraUp_ts --> module_src_host_secrets_trustedOAuthInfraEnvironment_ts
  module_src_host_orchestrator_templates_test_ts --> module_src_host_orchestrator_templates_ts
  module_src_host_secrets_projectSecretService_test_ts --> module_src_authSettings_ts
  module_src_host_secrets_projectSecretService_test_ts --> module_src_host_secrets_projectSecretService_ts
  module_src_host_secrets_projectSecretService_ts --> module_src_host_orchestrator_projectManager_ts
  module_src_host_secrets_projectSecretService_ts --> module_src_host_orchestrator_projectPaths_ts
  module_src_host_secrets_projectSecretService_ts --> module_src_host_secrets_bunSupabaseVaultClient_ts
  module_src_host_secrets_projectSecretService_ts --> module_src_host_secrets_resolveProjectSecretDatabaseUrl_ts
  module_src_host_secrets_projectSecretService_ts --> module_src_projectSecretUsage_ts
  module_src_host_secrets_resolveProjectSecretDatabaseUrl_test_ts --> module_src_host_secrets_resolveProjectSecretDatabaseUrl_ts
  module_src_host_secrets_trustedOAuthInfraEnvironment_test_ts --> module_src_host_secrets_trustedOAuthInfraEnvironment_ts
  module_src_host_secrets_trustedOAuthInfraEnvironment_ts --> module_src_host_orchestrator_projectManager_ts
  module_src_host_secrets_trustedOAuthInfraEnvironment_ts --> module_src_host_secrets_projectSecretService_ts
  module_src_host_studioInfra_e2e_test_ts --> module_src_host_orchestrator_infraRuntime_ts
  module_src_host_studioInfra_e2e_test_ts --> module_src_host_orchestrator_projectManager_ts
  module_src_host_studioInfra_e2e_test_ts --> module_src_host_orchestrator_studioInfraUp_ts
  module_src_host_studioInfra_e2e_test_ts --> module_src_host_secrets_trustedOAuthInfraEnvironment_ts
  module_src_host_studioWorkspaceExpoWeb_smoke_test_ts --> module_src_host_http_serverWithSecrets_ts
  module_src_host_studioWorkspaceExpoWeb_smoke_test_ts --> module_src_host_templateRegistry_index_ts
  module_src_host_templateRegistry_catalog_test_ts --> module_src_host_templateRegistry_index_ts
  module_src_host_templateRegistry_index_ts --> module_src_templateCatalogContracts_ts
  module_src_host_zoraExtensions_index_ts --> module_src_host_templateRegistry_index_ts
  module_src_index_test_ts --> module_src_index_ts
  module_src_index_ts --> module_src_authSettings_ts
  module_src_insertModalModel_public_test_ts --> module_src_index_ts
  module_src_insertModalModel_public_test_ts --> module_src_insertModalModel_ts
  module_src_insertModalModel_test_ts --> module_src_index_ts
  module_src_insertModalModel_test_ts --> module_src_insertModalModel_ts
  module_src_insertModalModel_ts --> module_src_index_ts
  module_src_localizationConfig_public_test_ts --> module_src_localizationConfig_ts
  module_src_localizationConfig_test_ts --> module_src_localizationConfig_ts
  module_src_localizationPanelModel_test_ts --> module_src_localizationPanelModel_ts
  module_src_manifestNavigatorPreviewModel_public_test_ts --> module_src_manifestNavigatorPreviewModel_ts
  module_src_manifestNavigatorPreviewModel_test_ts --> module_src_manifestNavigatorPreviewModel_ts
  module_src_manifestNavigatorPreviewModel_ts --> module_src_routeUtils_ts
  module_src_manifestState_public_test_ts --> module_src_index_ts
  module_src_manifestState_public_test_ts --> module_src_manifestState_ts
  module_src_manifestState_routes_test_ts --> module_src_index_ts
  module_src_manifestState_routes_test_ts --> module_src_manifestState_ts
  module_src_manifestState_test_ts --> module_src_index_ts
  module_src_manifestState_test_ts --> module_src_manifestState_ts
  module_src_manifestState_ts --> module_src_index_ts
  module_src_manifestSync_test_ts --> module_src_index_ts
  module_src_manifestSync_test_ts --> module_src_manifestSync_ts
  module_src_manifestSync_ts --> module_src_index_ts
  module_src_projectAuthApi_test_ts --> module_src_projectAuthApi_ts
  module_src_projectAuthApi_ts --> module_src_projectAuthHealth_ts
  module_src_projectAuthApi_ts --> module_src_secretResponseGuard_ts
  module_src_projectAuthHealth_test_ts --> module_src_projectAuthHealth_ts
  module_src_projectAuthHealth_ts --> module_src_authSettings_ts
  module_src_projectIdentity_test_ts --> module_src_projectIdentity_ts
  module_src_projectIdentity_test_ts --> module_src_projectWorkspaceContracts_ts
  module_src_projectIdentity_ts --> module_src_projectWorkspaceContracts_ts
  module_src_projectSecretApi_test_ts --> module_src_projectSecretApi_ts
  module_src_projectSecretApi_ts --> module_src_projectSecretUsage_ts
  module_src_projectSecretApi_ts --> module_src_secretResponseGuard_ts
  module_src_projectSecretUsage_test_ts --> module_src_projectSecretUsage_ts
  module_src_routeUtils_public_test_ts --> module_src_routeUtils_ts
  module_src_routeUtils_test_ts --> module_src_routeUtils_ts
  module_src_runtime_previewRegistry_ts --> module_src_runtime_appExtensionRegistry_ts
  module_src_runtime_previewRuntimeConfig_ts --> module_src_runtime_actionSuppression_ts
  module_src_runtime_previewRuntimeConfig_ts --> module_src_runtime_previewRegistry_ts
  module_src_runtime_useRuntimeAction_ts --> module_src_runtime_runtimeActions_ts
  module_src_runtimeDiagnosticsModel_test_ts --> module_src_runtimeDiagnosticsModel_ts
  module_src_runtimeLocalization_public_test_ts --> module_src_runtimeLocalization_ts
  module_src_runtimeLocalization_test_ts --> module_src_runtimeLocalization_ts
  module_src_secretResponseGuard_test_ts --> module_src_secretResponseGuard_ts
  module_src_studioAdminRouteModel_test_ts --> module_src_studioAdminRouteModel_ts
  module_src_studioAdminRouteModel_ts --> module_src_index_ts
  module_src_studioSelectionModel_knip_test_ts --> module_src_studioSelectionModel_ts
  module_src_studioSelectionModel_test_ts --> module_src_studioSelectionModel_ts
  module_src_ui_admin_AnkhAdminPage_tsx --> module_src_core_StudioContext_ts
  module_src_ui_admin_AnkhAdminPage_tsx --> module_src_index_ts
  module_src_ui_admin_AnkhAdminPage_tsx --> module_src_studioAdminRouteModel_ts
  module_src_ui_admin_AnkhAdminPage_tsx --> module_src_ui_admin_pages_ApisAdminPage_tsx
  module_src_ui_admin_AnkhAdminPage_tsx --> module_src_ui_admin_pages_AuthAdminPage_tsx
  module_src_ui_admin_AnkhAdminPage_tsx --> module_src_ui_admin_pages_OverviewAdminPage_tsx
  module_src_ui_admin_AnkhAdminPage_tsx --> module_src_ui_admin_pages_PropertiesAdminPage_tsx
  module_src_ui_admin_AnkhAdminPage_tsx --> module_src_ui_admin_pages_SecretsAdminPage_tsx
  module_src_ui_admin_AnkhAdminPage_tsx --> module_src_ui_admin_pages_ThemeAdminPage_tsx
  module_src_ui_admin_AnkhAdminShell_tsx --> module_src_core_StudioContext_ts
  module_src_ui_admin_AnkhAdminShell_tsx --> module_src_index_ts
  module_src_ui_admin_AnkhAdminShell_tsx --> module_src_studioAdminRouteModel_ts
  module_src_ui_admin_AuthAdminSession_tsx --> module_src_ui_admin_pages_adminAuthCredentialFlow_ts
  module_src_ui_admin_AuthAdminSession_tsx --> module_src_ui_admin_pages_adminAuthSessionModel_ts
  module_src_ui_admin_pages_adminAuthCredentialFlow_test_ts --> module_src_authSettings_ts
  module_src_ui_admin_pages_adminAuthCredentialFlow_test_ts --> module_src_ui_admin_pages_adminAuthCredentialFlow_ts
  module_src_ui_admin_pages_adminAuthCredentialFlow_ts --> module_src_authSettings_ts
  module_src_ui_admin_pages_adminAuthHealthFlow_test_ts --> module_src_projectAuthHealth_ts
  module_src_ui_admin_pages_adminAuthHealthFlow_test_ts --> module_src_ui_admin_pages_adminAuthHealthFlow_ts
  module_src_ui_admin_pages_adminAuthHealthFlow_ts --> module_src_projectAuthHealth_ts
  module_src_ui_admin_pages_adminAuthSessionModel_test_ts --> module_src_authSettings_ts
  module_src_ui_admin_pages_adminAuthSessionModel_test_ts --> module_src_ui_admin_pages_adminAuthCredentialFlow_ts
  module_src_ui_admin_pages_adminAuthSessionModel_test_ts --> module_src_ui_admin_pages_adminAuthSessionModel_ts
  module_src_ui_admin_pages_adminAuthSessionModel_ts --> module_src_authSettings_ts
  module_src_ui_admin_pages_adminAuthSessionModel_ts --> module_src_ui_admin_pages_adminAuthCredentialFlow_ts
  module_src_ui_admin_pages_adminDataSourceOperations_ts --> module_src_ui_admin_adminPageUtils_ts
  module_src_ui_admin_pages_adminThemeModel_test_ts --> module_src_ui_admin_pages_adminThemeModel_ts
  module_src_ui_admin_pages_adminThemeModel_ts --> module_src_index_ts
  module_src_ui_admin_pages_ApisAdminPage_test_ts --> module_src_ui_admin_pages_adminDataSourceOperations_ts
  module_src_ui_admin_pages_ApisAdminPage_tsx --> module_src_core_StudioContext_ts
  module_src_ui_admin_pages_ApisAdminPage_tsx --> module_src_index_ts
  module_src_ui_admin_pages_ApisAdminPage_tsx --> module_src_ui_admin_adminPagePrimitives_tsx
  module_src_ui_admin_pages_ApisAdminPage_tsx --> module_src_ui_admin_adminPageUtils_ts
  module_src_ui_admin_pages_ApisAdminPage_tsx --> module_src_ui_admin_pages_adminDataSourceOperations_ts
  module_src_ui_admin_pages_AuthAdminPage_tsx --> module_src_authSettings_ts
  module_src_ui_admin_pages_AuthAdminPage_tsx --> module_src_core_StudioContext_ts
  module_src_ui_admin_pages_AuthAdminPage_tsx --> module_src_index_ts
  module_src_ui_admin_pages_AuthAdminPage_tsx --> module_src_projectAuthApi_ts
  module_src_ui_admin_pages_AuthAdminPage_tsx --> module_src_projectAuthHealth_ts
  module_src_ui_admin_pages_AuthAdminPage_tsx --> module_src_projectSecretApi_ts
  module_src_ui_admin_pages_AuthAdminPage_tsx --> module_src_ui_admin_AuthAdminSession_tsx
  module_src_ui_admin_pages_AuthAdminPage_tsx --> module_src_ui_admin_pages_adminAuthCredentialFlow_ts
  module_src_ui_admin_pages_AuthAdminPage_tsx --> module_src_ui_admin_pages_adminAuthHealthFlow_ts
  module_src_ui_admin_pages_AuthAdminPage_tsx --> module_src_ui_admin_pages_adminAuthSessionModel_ts
  module_src_ui_admin_pages_OverviewAdminPage_tsx --> module_src_core_StudioContext_ts
  module_src_ui_admin_pages_OverviewAdminPage_tsx --> module_src_ui_admin_adminPagePrimitives_tsx
  module_src_ui_admin_pages_PropertiesAdminPage_tsx --> module_src_core_StudioContext_ts
  module_src_ui_admin_pages_PropertiesAdminPage_tsx --> module_src_manifestState_ts
  module_src_ui_admin_pages_PropertiesAdminPage_tsx --> module_src_ui_admin_adminPagePrimitives_tsx
  module_src_ui_admin_pages_PropertiesAdminPage_tsx --> module_src_ui_admin_adminPageUtils_ts
  module_src_ui_admin_pages_SecretsAdminPage_tsx --> module_src_projectSecretApi_ts
  module_src_ui_admin_pages_SecretsAdminPage_tsx --> module_src_projectSecretUsage_ts
  module_src_ui_admin_pages_SecretsAdminPage_tsx --> module_src_ui_admin_AuthAdminSession_tsx
  module_src_ui_admin_pages_SecretsAdminPage_tsx --> module_src_ui_admin_pages_adminAuthSessionModel_ts
  module_src_ui_admin_pages_ThemeAdminPage_test_ts --> module_src_ui_admin_pages_adminThemeHarmony_ts
  module_src_ui_admin_pages_ThemeAdminPage_tsx --> module_src_core_StudioContext_ts
  module_src_ui_admin_pages_ThemeAdminPage_tsx --> module_src_index_ts
  module_src_ui_admin_pages_ThemeAdminPage_tsx --> module_src_ui_admin_adminPagePrimitives_tsx
  module_src_ui_admin_pages_ThemeAdminPage_tsx --> module_src_ui_admin_pages_adminThemeHarmony_ts
  module_src_ui_admin_pages_ThemeAdminPage_tsx --> module_src_ui_admin_pages_adminThemeModel_ts
  module_src_ui_AnkhStudio_ts --> module_src_core_StudioContext_ts
  module_src_ui_useStudioAppBarAugmentation_test_ts --> module_src_ui_studioAppBarModel_ts
  module_src_ui_useStudioAppBarAugmentation_ts --> module_src_core_StudioContext_ts
  module_src_ui_useStudioAppBarAugmentation_ts --> module_src_studioAdminRouteModel_ts
  module_src_ui_useStudioAppBarAugmentation_ts --> module_src_studioSelectionModel_ts
  module_src_ui_useStudioAppBarAugmentation_ts --> module_src_ui_studioAppBarModel_ts
  module_src_utils_treeUtils_ts --> module_src_index_ts
  module_src_workspacePlatform_test_ts --> module_src_workspacePlatform_ts
  module_src_workspaceSearch_ts --> module_src_projectWorkspaceContracts_ts
  module_src_workspaceSearch_ts --> module_src_templateCatalogContracts_ts
